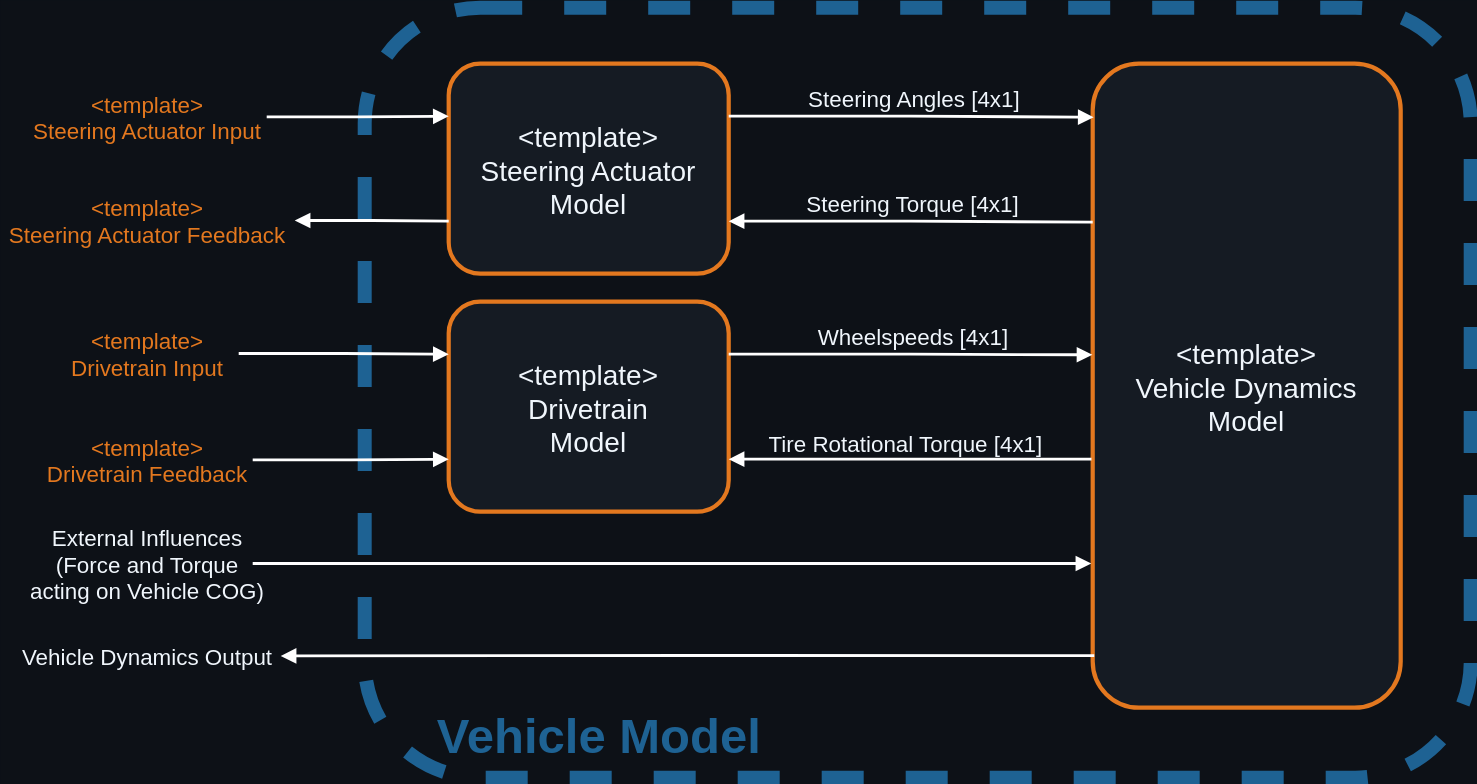
The draw.io diagram doc/Model_Composition.drawio.svg in simonsag96/ocd-internal-develop, before a commit. Source tidied: cells renumbered, new cells last; positions are measured from the earlier drawing's top-left corner, leaving out a move shared by most shapes.
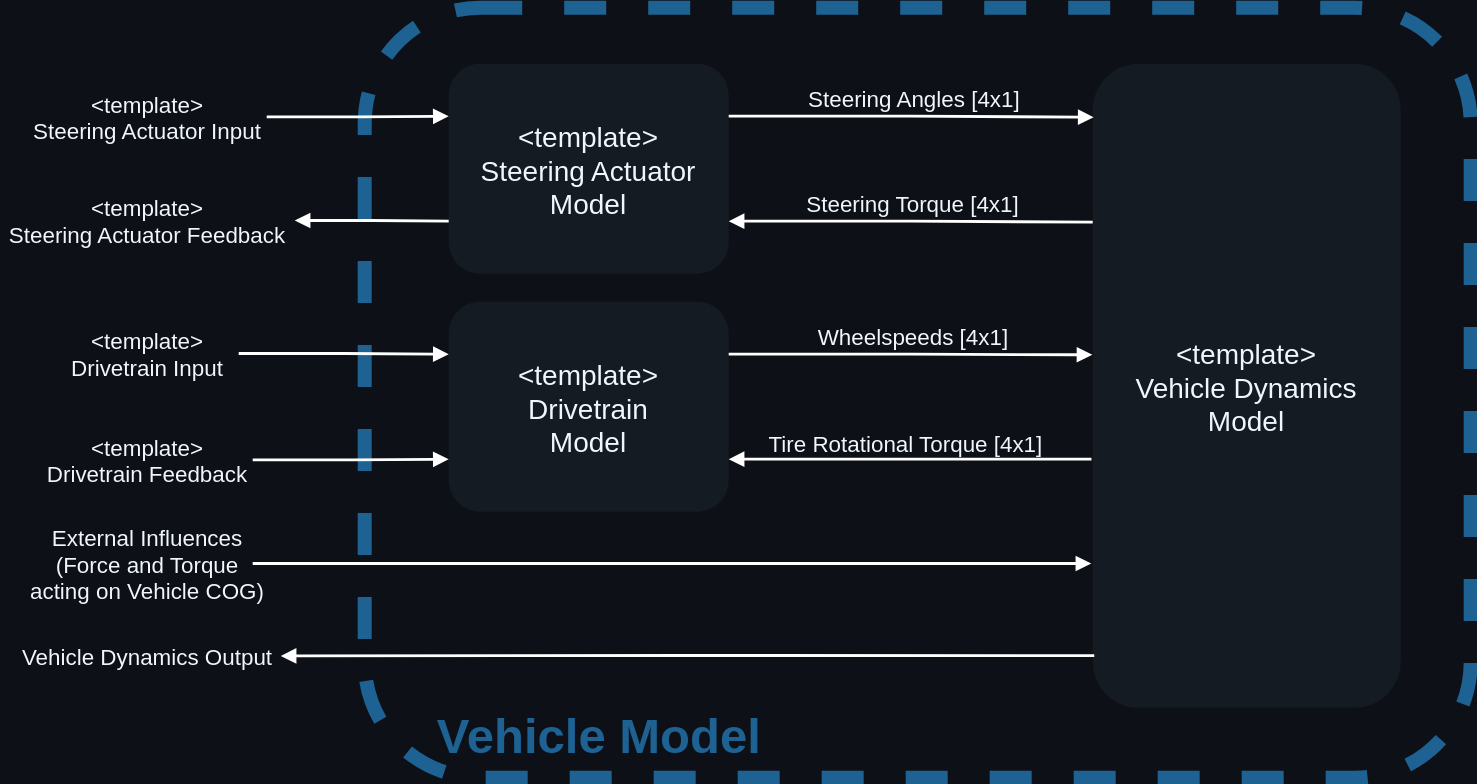
Above is the later version.

What changed in the source:
```diff
@@ -5,13 +5,13 @@
     <mxCell id="2" value="Vehicle Model" style="rounded=1;fontSize=35;fillColor=none;fontColor=#1E6293;verticalAlign=bottom;strokeColor=#1E6293;dashed=1;strokeWidth=10;fontStyle=1;spacingBottom=12;spacingRight=0;align=left;spacingLeft=50;" parent="1" vertex="1">
       <mxGeometry x="260" width="790" height="550" as="geometry" />
     </mxCell>
-    <mxCell id="3" value="&lt;template&gt;&#10;Steering Actuator&#10;Model" style="rounded=1;fontSize=20;fillColor=#151B23;fontColor=#F0F6FC;strokeColor=#E3781F;strokeWidth=3;align=center;verticalAlign=middle;fontFamily=Helvetica;fontStyle=0;" parent="1" vertex="1">
+    <mxCell id="3" value="&lt;template&gt;&#10;Steering Actuator&#10;Model" style="rounded=1;fontSize=20;fillColor=#151B23;fontColor=#F0F6FC;strokeColor=none;strokeWidth=4;align=center;verticalAlign=middle;fontFamily=Helvetica;fontStyle=0;" parent="1" vertex="1">
       <mxGeometry x="320" y="40" width="200" height="150" as="geometry" />
     </mxCell>
-    <mxCell id="4" value="&lt;template&gt;&#10;Drivetrain&#10;Model" style="rounded=1;fontSize=20;fillColor=#151B23;fontColor=#F0F6FC;strokeColor=#E3781F;strokeWidth=3;align=center;verticalAlign=middle;fontFamily=Helvetica;fontStyle=0;" parent="1" vertex="1">
+    <mxCell id="4" value="&lt;template&gt;&#10;Drivetrain&#10;Model" style="rounded=1;fontSize=20;fillColor=#151B23;fontColor=#F0F6FC;strokeColor=none;strokeWidth=4;align=center;verticalAlign=middle;fontFamily=Helvetica;fontStyle=0;" parent="1" vertex="1">
       <mxGeometry x="320" y="210" width="200" height="150" as="geometry" />
     </mxCell>
-    <mxCell id="5" value="&lt;template&gt;&#10;Vehicle Dynamics&#10;Model" style="rounded=1;fontSize=20;fillColor=#151B23;fontColor=#F0F6FC;strokeColor=#E3781F;strokeWidth=3;fontStyle=0;" parent="1" vertex="1">
+    <mxCell id="5" value="&lt;template&gt;&#10;Vehicle Dynamics&#10;Model" style="rounded=1;fontSize=20;fillColor=#151B23;fontColor=#F0F6FC;strokeColor=none;strokeWidth=4;fontStyle=0;" parent="1" vertex="1">
       <mxGeometry x="780" y="40" width="220" height="460" as="geometry" />
     </mxCell>
     <mxCell id="6" style="edgeStyle=orthogonalEdgeStyle;rounded=0;jettySize=auto;exitX=1;exitY=0.25;exitDx=0;exitDy=0;entryX=0.003;entryY=0.083;entryDx=0;entryDy=0;entryPerimeter=0;strokeWidth=2;endArrow=block;endFill=1;strokeColor=#FFFFFF;fontColor=#F0F6FC;" parent="1" edge="1" source="3" target="5">
@@ -57,19 +57,19 @@
     <mxCell id="16" style="edgeStyle=orthogonalEdgeStyle;rounded=0;jettySize=auto;entryX=0;entryY=0.75;entryDx=0;entryDy=0;strokeWidth=2;endArrow=none;endFill=0;spacing=5;exitX=1;exitY=0.5;exitDx=0;exitDy=0;startArrow=block;startFill=1;strokeColor=#FFFFFF;fontColor=#F0F6FC;" parent="1" edge="1" source="18" target="3">
       <mxGeometry relative="1" as="geometry" />
     </mxCell>
-    <mxCell id="17" value="&lt;template&gt;&#10;Steering Actuator Input" style="text;align=center;verticalAlign=middle;rounded=0;fontSize=16;fillColor=none;labelBackgroundColor=none;fontColor=#E3781F;fontStyle=0;" parent="1" vertex="1">
+    <mxCell id="17" value="&lt;template&gt;&#10;Steering Actuator Input" style="text;align=center;verticalAlign=middle;rounded=0;fontSize=16;fillColor=none;labelBackgroundColor=none;fontColor=#F0F6FC;fontStyle=0;" parent="1" vertex="1">
       <mxGeometry x="20" y="58" width="170" height="40" as="geometry" />
     </mxCell>
-    <mxCell id="18" value="&lt;template&gt;&#10;Steering Actuator Feedback" style="text;align=center;verticalAlign=middle;rounded=0;fontSize=16;fillColor=none;labelBackgroundColor=none;fontColor=#E3781F;fontStyle=0;" parent="1" vertex="1">
+    <mxCell id="18" value="&lt;template&gt;&#10;Steering Actuator Feedback" style="text;align=center;verticalAlign=middle;rounded=0;fontSize=16;fillColor=none;labelBackgroundColor=none;fontColor=#F0F6FC;fontStyle=0;" parent="1" vertex="1">
       <mxGeometry y="132" width="210" height="40" as="geometry" />
     </mxCell>
     <mxCell id="19" style="edgeStyle=orthogonalEdgeStyle;rounded=0;jettySize=auto;entryX=0;entryY=0.25;entryDx=0;entryDy=0;strokeWidth=2;endArrow=block;endFill=1;spacing=5;exitX=1;exitY=0.5;exitDx=0;exitDy=0;strokeColor=#FFFFFF;fontColor=#F0F6FC;" parent="1" edge="1" source="20" target="4">
       <mxGeometry relative="1" as="geometry" />
     </mxCell>
-    <mxCell id="20" value="&lt;template&gt;&#10;Drivetrain Input" style="text;align=center;verticalAlign=middle;rounded=0;fontSize=16;fillColor=none;labelBackgroundColor=none;fontColor=#E3781F;fontStyle=0;" parent="1" vertex="1">
+    <mxCell id="20" value="&lt;template&gt;&#10;Drivetrain Input" style="text;align=center;verticalAlign=middle;rounded=0;fontSize=16;fillColor=none;labelBackgroundColor=none;fontColor=#F0F6FC;fontStyle=0;" parent="1" vertex="1">
       <mxGeometry x="40" y="224" width="130" height="46" as="geometry" />
     </mxCell>
-    <mxCell id="21" value="&lt;template&gt;&#10;Drivetrain Feedback" style="text;align=center;verticalAlign=middle;rounded=0;fontSize=16;fillColor=none;labelBackgroundColor=none;fontColor=#E3781F;fontStyle=0;" parent="1" vertex="1">
+    <mxCell id="21" value="&lt;template&gt;&#10;Drivetrain Feedback" style="text;align=center;verticalAlign=middle;rounded=0;fontSize=16;fillColor=none;labelBackgroundColor=none;fontColor=#F0F6FC;fontStyle=0;" parent="1" vertex="1">
       <mxGeometry x="30" y="296" width="150" height="54" as="geometry" />
     </mxCell>
     <mxCell id="22" style="edgeStyle=orthogonalEdgeStyle;rounded=0;jettySize=auto;entryX=0;entryY=0.75;entryDx=0;entryDy=0;strokeWidth=2;endArrow=block;endFill=1;spacing=5;exitX=1;exitY=0.5;exitDx=0;exitDy=0;strokeColor=#FFFFFF;fontColor=#F0F6FC;" parent="1" edge="1" source="21" target="4">
```
